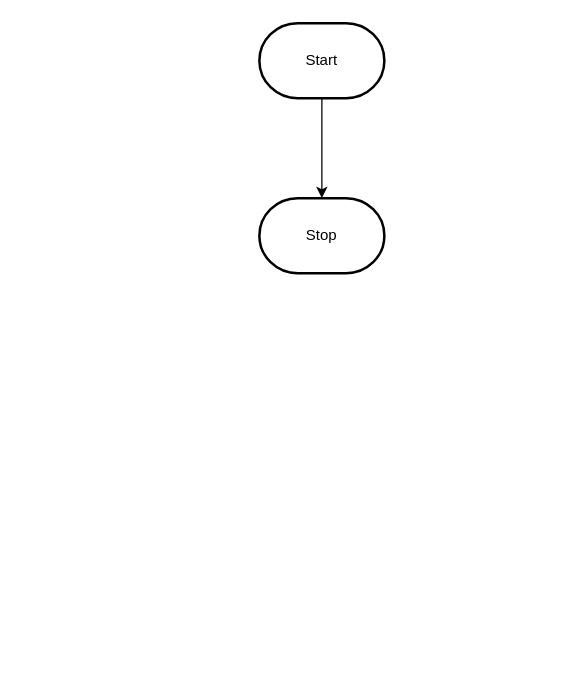
MTHS-ICD2O-1-2023/ICD2O-Unit-5-08-pablo-fiallos-granados keeps this draw.io diagram as design/flowchart.drawio. Above is the earlier version. Source tidied: cells renumbered, new cells numbered last; positions are measured from the earlier drawing's top-left corner, leaving out a move shared by most shapes. Both pictures are drawn from the tidied source at 125%, with x=0, y=0 at pixel (259, 22).
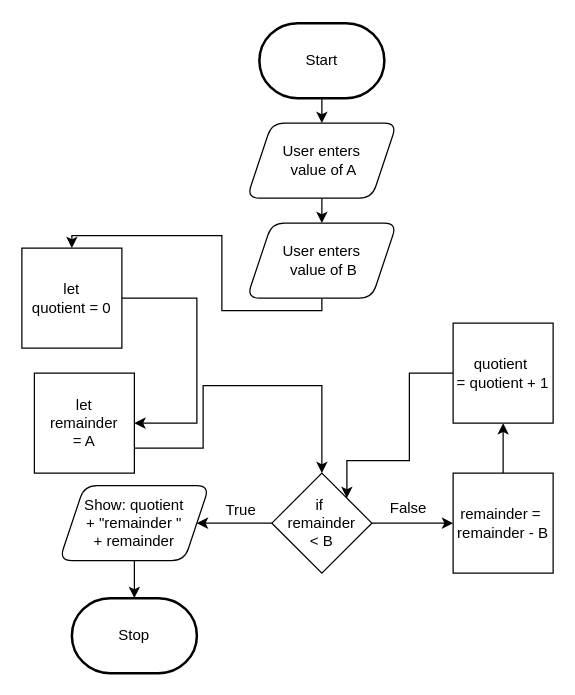
The same page after the edit.

The change refers to these unchanged cells:
```xml
<mxCell id="3" value="Start" style="strokeWidth=2;html=1;shape=mxgraph.flowchart.terminator;whiteSpace=wrap;" parent="1" vertex="1">
  <mxGeometry width="100" height="60" as="geometry" />
</mxCell>
```

Change to the diagram source:
```diff
@@
-    <mxCell id="2" style="edgeStyle=orthogonalEdgeStyle;html=1;rounded=0;" parent="1" edge="1" source="3" target="4">
+    <mxCell id="2" style="edgeStyle=orthogonalEdgeStyle;html=1;rounded=0;entryX=0.5;entryY=0;entryDx=0;entryDy=0;" parent="1" edge="1" source="3" target="6">
       <mxGeometry relative="1" as="geometry" />
     </mxCell>
@@
     <mxCell id="4" value="Stop" style="strokeWidth=2;html=1;shape=mxgraph.flowchart.terminator;whiteSpace=wrap;" parent="1" vertex="1">
-      <mxGeometry y="140" width="100" height="60" as="geometry" />
+      <mxGeometry x="-150" y="460" width="100" height="60" as="geometry" />
     </mxCell>
+    <mxCell id="5" style="edgeStyle=none;html=1;exitX=0.5;exitY=1;exitDx=0;exitDy=0;entryX=0.5;entryY=0;entryDx=0;entryDy=0;" parent="1" edge="1" source="6" target="8">
+      <mxGeometry relative="1" as="geometry" />
+    </mxCell>
+    <mxCell id="6" value="User enters&lt;br&gt;&amp;nbsp;value of A" style="shape=parallelogram;perimeter=parallelogramPerimeter;whiteSpace=wrap;html=1;fixedSize=1;rounded=1;" parent="1" vertex="1">
+      <mxGeometry x="-10" y="80" width="120" height="60" as="geometry" />
+    </mxCell>
+    <mxCell id="7" style="edgeStyle=orthogonalEdgeStyle;html=1;exitX=0.5;exitY=1;exitDx=0;exitDy=0;entryX=0.5;entryY=0;entryDx=0;entryDy=0;rounded=0;" parent="1" edge="1" source="8" target="16">
+      <mxGeometry relative="1" as="geometry">
+        <Array as="points">
+          <mxPoint x="50" y="230" />
+          <mxPoint x="-30" y="230" />
+          <mxPoint x="-30" y="170" />
+          <mxPoint x="-150" y="170" />
+        </Array>
+      </mxGeometry>
+    </mxCell>
+    <mxCell id="8" value="User enters&lt;br&gt;&amp;nbsp;value of B" style="shape=parallelogram;perimeter=parallelogramPerimeter;whiteSpace=wrap;html=1;fixedSize=1;rounded=1;" parent="1" vertex="1">
+      <mxGeometry x="-10" y="160" width="120" height="60" as="geometry" />
+    </mxCell>
+    <mxCell id="9" style="edgeStyle=none;html=1;exitX=1;exitY=0.5;exitDx=0;exitDy=0;entryX=0;entryY=0.5;entryDx=0;entryDy=0;" parent="1" edge="1" source="11" target="14">
+      <mxGeometry relative="1" as="geometry" />
+    </mxCell>
+    <mxCell id="10" style="edgeStyle=orthogonalEdgeStyle;rounded=0;html=1;exitX=0;exitY=0.5;exitDx=0;exitDy=0;entryX=1;entryY=0.5;entryDx=0;entryDy=0;" parent="1" edge="1" source="11" target="21">
+      <mxGeometry relative="1" as="geometry" />
+    </mxCell>
+    <mxCell id="11" value="if&amp;nbsp;&lt;br&gt;remainder &lt;br&gt;&amp;lt; B" style="rhombus;whiteSpace=wrap;html=1;rounded=0;" parent="1" vertex="1">
+      <mxGeometry x="10" y="360" width="80" height="80" as="geometry" />
+    </mxCell>
+    <mxCell id="12" value="False" style="text;html=1;align=center;verticalAlign=middle;strokeColor=none;fillColor=none;" parent="1" vertex="1">
+      <mxGeometry x="94" y="373" width="50" height="30" as="geometry" />
+    </mxCell>
+    <mxCell id="13" style="edgeStyle=orthogonalEdgeStyle;rounded=0;html=1;exitX=0.5;exitY=0;exitDx=0;exitDy=0;entryX=0.5;entryY=1;entryDx=0;entryDy=0;" parent="1" edge="1" source="14" target="18">
+      <mxGeometry relative="1" as="geometry">
+        <Array as="points">
+          <mxPoint x="195" y="340" />
+          <mxPoint x="195" y="340" />
+        </Array>
+      </mxGeometry>
+    </mxCell>
+    <mxCell id="14" value="remainder =&amp;nbsp;&lt;br&gt;remainder - B" style="whiteSpace=wrap;html=1;rounded=0;" parent="1" vertex="1">
+      <mxGeometry x="155" y="360" width="80" height="80" as="geometry" />
+    </mxCell>
+    <mxCell id="15" style="edgeStyle=orthogonalEdgeStyle;rounded=0;html=1;exitX=1;exitY=0.5;exitDx=0;exitDy=0;entryX=1;entryY=0.5;entryDx=0;entryDy=0;" parent="1" edge="1" source="16" target="23">
+      <mxGeometry relative="1" as="geometry">
+        <Array as="points">
+          <mxPoint x="-50" y="220" />
+          <mxPoint x="-50" y="320" />
+        </Array>
+      </mxGeometry>
+    </mxCell>
+    <mxCell id="16" value="let&lt;br&gt;quotient = 0" style="whiteSpace=wrap;html=1;rounded=0;" parent="1" vertex="1">
+      <mxGeometry x="-190" y="180" width="80" height="80" as="geometry" />
+    </mxCell>
+    <mxCell id="17" style="edgeStyle=orthogonalEdgeStyle;rounded=0;html=1;exitX=0;exitY=0.5;exitDx=0;exitDy=0;entryX=1;entryY=0;entryDx=0;entryDy=0;" parent="1" edge="1" source="18" target="11">
+      <mxGeometry relative="1" as="geometry">
+        <Array as="points">
+          <mxPoint x="120" y="280" />
+          <mxPoint x="120" y="350" />
+          <mxPoint x="70" y="350" />
+        </Array>
+      </mxGeometry>
+    </mxCell>
+    <mxCell id="18" value="quotient&amp;nbsp;&lt;br&gt;= quotient + 1" style="whiteSpace=wrap;html=1;rounded=0;" parent="1" vertex="1">
+      <mxGeometry x="155" y="240" width="80" height="80" as="geometry" />
+    </mxCell>
+    <mxCell id="19" value="True" style="text;html=1;align=center;verticalAlign=middle;strokeColor=none;fillColor=none;" parent="1" vertex="1">
+      <mxGeometry x="-40" y="375" width="50" height="30" as="geometry" />
+    </mxCell>
+    <mxCell id="20" style="edgeStyle=orthogonalEdgeStyle;rounded=0;html=1;exitX=0.5;exitY=1;exitDx=0;exitDy=0;entryX=0.5;entryY=0;entryDx=0;entryDy=0;entryPerimeter=0;" parent="1" edge="1" source="21" target="4">
+      <mxGeometry relative="1" as="geometry" />
+    </mxCell>
+    <mxCell id="21" value="Show: quotient&lt;br&gt;+ &quot;remainder &quot;&lt;br&gt;+ remainder" style="shape=parallelogram;perimeter=parallelogramPerimeter;whiteSpace=wrap;html=1;fixedSize=1;rounded=1;" parent="1" vertex="1">
+      <mxGeometry x="-160" y="370" width="120" height="60" as="geometry" />
+    </mxCell>
+    <mxCell id="22" style="edgeStyle=orthogonalEdgeStyle;html=1;exitX=1;exitY=0.75;exitDx=0;exitDy=0;rounded=0;entryX=0.5;entryY=0;entryDx=0;entryDy=0;" parent="1" edge="1" source="23" target="11">
+      <mxGeometry relative="1" as="geometry">
+        <Array as="points">
+          <mxPoint x="-45" y="340" />
+          <mxPoint x="-45" y="290" />
+          <mxPoint x="50" y="290" />
+        </Array>
+      </mxGeometry>
+    </mxCell>
+    <mxCell id="23" value="let&lt;br&gt;remainder&lt;br&gt;= A" style="whiteSpace=wrap;html=1;rounded=0;" parent="1" vertex="1">
+      <mxGeometry x="-180" y="280" width="80" height="80" as="geometry" />
+    </mxCell>
```
